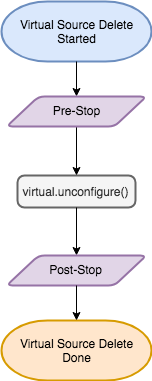
The draw.io diagram docs/docs/References/images/VirtualSourceDelete.png in delphix/virtualization-sdk, before a commit. Source tidied: cells renumbered, new cells last; positions are measured from the earlier drawing's top-left corner, leaving out a move shared by most shapes. The source it was exported from:
```xml
<mxGraphModel>
  <root>
    <mxCell id="0" />
    <mxCell id="1" parent="0" />
    <mxCell id="2" value="&lt;span&gt;Virtual Source Delete&lt;br&gt;Started&lt;br&gt;&lt;/span&gt;" style="strokeWidth=2;html=1;shape=mxgraph.flowchart.terminator;whiteSpace=wrap;fillColor=#dae8fc;strokeColor=#6c8ebf;" parent="1" vertex="1">
      <mxGeometry width="150" height="60" as="geometry" />
    </mxCell>
    <mxCell id="3" value="Virtual Source Delete&lt;br&gt;&lt;span&gt;Done&lt;br&gt;&lt;/span&gt;" style="strokeWidth=2;html=1;shape=mxgraph.flowchart.terminator;whiteSpace=wrap;fillColor=#ffe6cc;strokeColor=#d79b00;" parent="1" vertex="1">
      <mxGeometry y="319" width="150" height="60" as="geometry" />
    </mxCell>
    <mxCell id="4" value="virtual.unconfigure()" style="rounded=1;whiteSpace=wrap;html=1;absoluteArcSize=1;arcSize=14;strokeWidth=2;fillColor=#f5f5f5;strokeColor=#666666;fontColor=#333333;" parent="1" vertex="1">
      <mxGeometry x="16" y="174" width="118" height="32" as="geometry" />
    </mxCell>
    <mxCell id="5" style="endArrow=classic;html=1;exitX=0.5;exitY=1;exitDx=0;exitDy=0;entryX=0.5;entryY=0;entryDx=0;entryDy=0;" parent="1" edge="1" source="4" target="9">
      <mxGeometry relative="1" as="geometry" />
    </mxCell>
    <mxCell id="6" style="endArrow=classic;html=1;entryX=0.5;entryY=0;entryDx=0;entryDy=0;exitX=0.5;exitY=1;exitDx=0;exitDy=0;exitPerimeter=0;" parent="1" edge="1" source="2" target="8">
      <mxGeometry relative="1" as="geometry" />
    </mxCell>
    <mxCell id="7" style="endArrow=classic;html=1;entryX=0.5;entryY=0;entryDx=0;entryDy=0;exitX=0.5;exitY=1;exitDx=0;exitDy=0;" parent="1" edge="1" source="8" target="4">
      <mxGeometry relative="1" as="geometry" />
    </mxCell>
    <mxCell id="8" value="Pre-Stop" style="verticalAlign=center;html=1;strokeWidth=2;shape=parallelogram;perimeter=parallelogramPerimeter;whiteSpace=wrap;rounded=1;arcSize=12;size=0.23;comic=0;fillColor=#e1d5e7;strokeColor=#9673a6;" parent="1" vertex="1">
      <mxGeometry x="5" y="95" width="140" height="30" as="geometry" />
    </mxCell>
    <mxCell id="9" value="Post-Stop" style="verticalAlign=center;html=1;strokeWidth=2;shape=parallelogram;perimeter=parallelogramPerimeter;whiteSpace=wrap;rounded=1;arcSize=12;size=0.23;comic=0;fillColor=#e1d5e7;strokeColor=#9673a6;" parent="1" vertex="1">
      <mxGeometry x="5" y="254" width="140" height="30" as="geometry" />
    </mxCell>
    <mxCell id="10" style="endArrow=classic;html=1;exitX=0.5;exitY=1;exitDx=0;exitDy=0;entryX=0.5;entryY=0;entryDx=0;entryDy=0;entryPerimeter=0;" parent="1" edge="1" source="9" target="3">
      <mxGeometry relative="1" as="geometry" />
    </mxCell>
  </root>
</mxGraphModel>
```
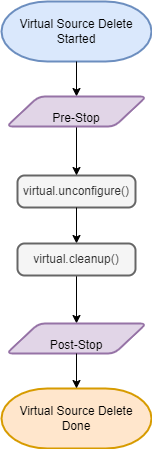
After the change.

Commit message:
Update VirtualDelete flow diagram to include the virtual.cleanup call.

Diff of the diagram source:
```diff
@@ -6,14 +6,16 @@
       <mxGeometry width="150" height="60" as="geometry" />
     </mxCell>
     <mxCell id="3" value="Virtual Source Delete&lt;br&gt;&lt;span&gt;Done&lt;br&gt;&lt;/span&gt;" style="strokeWidth=2;html=1;shape=mxgraph.flowchart.terminator;whiteSpace=wrap;fillColor=#ffe6cc;strokeColor=#d79b00;" parent="1" vertex="1">
-      <mxGeometry y="319" width="150" height="60" as="geometry" />
+      <mxGeometry y="387" width="150" height="60" as="geometry" />
     </mxCell>
     <mxCell id="4" value="virtual.unconfigure()" style="rounded=1;whiteSpace=wrap;html=1;absoluteArcSize=1;arcSize=14;strokeWidth=2;fillColor=#f5f5f5;strokeColor=#666666;fontColor=#333333;" parent="1" vertex="1">
       <mxGeometry x="16" y="174" width="118" height="32" as="geometry" />
     </mxCell>
-    <mxCell id="5" style="endArrow=classic;html=1;exitX=0.5;exitY=1;exitDx=0;exitDy=0;entryX=0.5;entryY=0;entryDx=0;entryDy=0;" parent="1" edge="1" source="4" target="9">
-      <mxGeometry relative="1" as="geometry" />
-    </mxCell>
+    <mxCell id="11" style="endArrow=classic;html=1;exitX=0.5;exitY=1;exitDx=0;exitDy=0;entryX=0.5;entryY=0;entryDx=0;entryDy=0;" parent="1" edge="1" target="9">
+      <mxGeometry relative="1" as="geometry">
+        <mxPoint x="75" y="274" as="sourcePoint" />
+      </mxGeometry>
+    </mxCell>
     <mxCell id="6" style="endArrow=classic;html=1;entryX=0.5;entryY=0;entryDx=0;entryDy=0;exitX=0.5;exitY=1;exitDx=0;exitDy=0;exitPerimeter=0;" parent="1" edge="1" source="2" target="8">
       <mxGeometry relative="1" as="geometry" />
     </mxCell>
@@ -24,10 +26,18 @@
       <mxGeometry x="5" y="95" width="140" height="30" as="geometry" />
     </mxCell>
     <mxCell id="9" value="Post-Stop" style="verticalAlign=center;html=1;strokeWidth=2;shape=parallelogram;perimeter=parallelogramPerimeter;whiteSpace=wrap;rounded=1;arcSize=12;size=0.23;comic=0;fillColor=#e1d5e7;strokeColor=#9673a6;" parent="1" vertex="1">
-      <mxGeometry x="5" y="254" width="140" height="30" as="geometry" />
+      <mxGeometry x="5" y="322" width="140" height="30" as="geometry" />
     </mxCell>
     <mxCell id="10" style="endArrow=classic;html=1;exitX=0.5;exitY=1;exitDx=0;exitDy=0;entryX=0.5;entryY=0;entryDx=0;entryDy=0;entryPerimeter=0;" parent="1" edge="1" source="9" target="3">
       <mxGeometry relative="1" as="geometry" />
     </mxCell>
+    <mxCell id="12" style="endArrow=classic;html=1;exitX=0.5;exitY=1;exitDx=0;exitDy=0;" parent="1" edge="1" source="4">
+      <mxGeometry relative="1" as="geometry">
+        <mxPoint x="75" y="242" as="targetPoint" />
+      </mxGeometry>
+    </mxCell>
+    <mxCell id="13" value="virtual.cleanup()" style="rounded=1;whiteSpace=wrap;html=1;absoluteArcSize=1;arcSize=14;strokeWidth=2;fillColor=#f5f5f5;strokeColor=#666666;fontColor=#333333;" parent="1" vertex="1">
+      <mxGeometry x="16" y="242" width="118" height="32" as="geometry" />
+    </mxCell>
   </root>
 </mxGraphModel>
```
